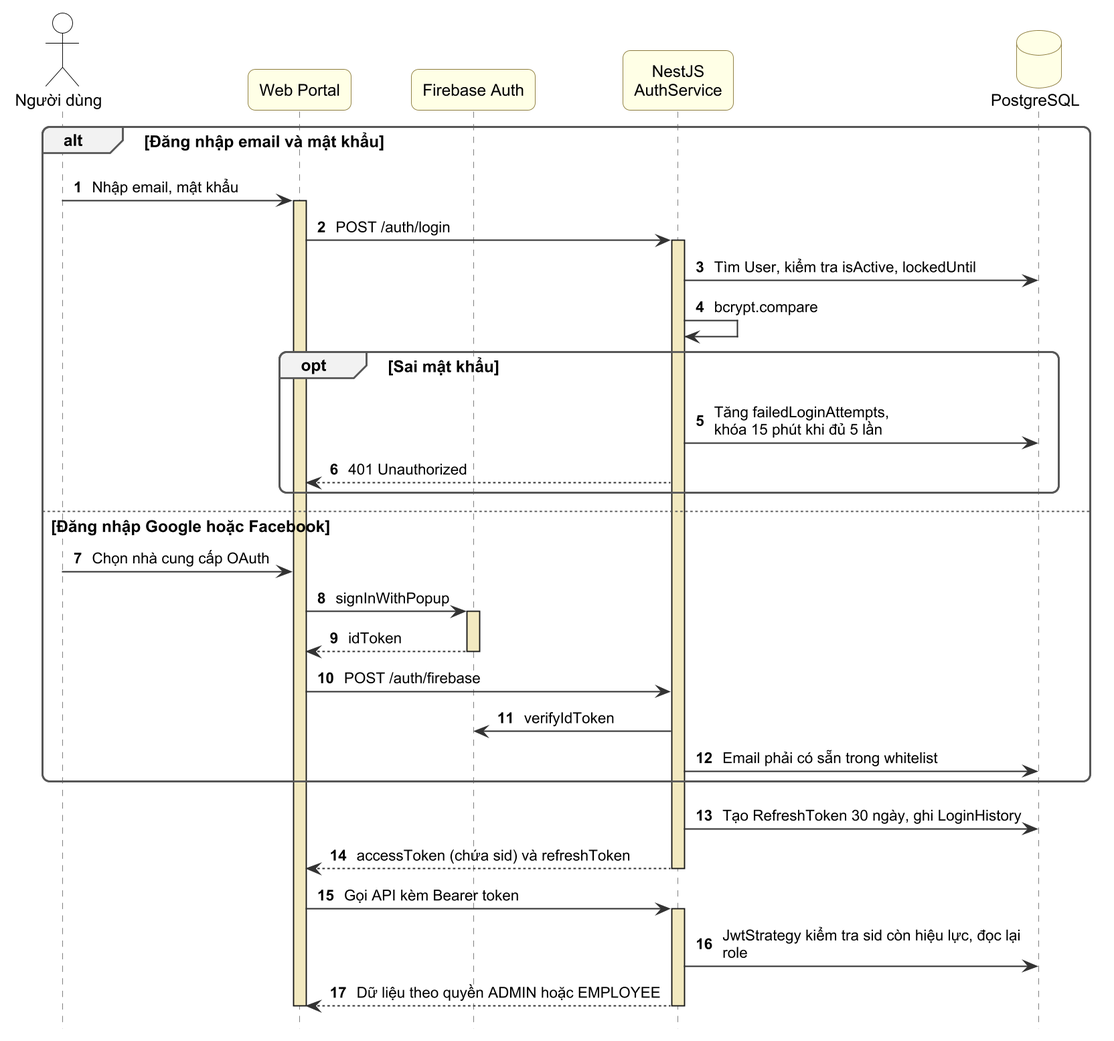
This is docs/diagrams/H3-09-auth.png from NguyenDang182005/khoa-luan, a PlantUML export, as it was before one commit. Its diagram source:
```plantuml
@startuml
skinparamlocked dpi 180
!include _style.iuml
autonumber
hide footbox
actor "Người dùng" as U
participant "Web Portal" as W
participant "Firebase Auth" as F
participant "NestJS\nAuthService" as A
database "PostgreSQL" as DB
alt Đăng nhập email và mật khẩu
  U -> W : Nhập email, mật khẩu
  activate W
  W -> A : POST /auth/login
  activate A
  A -> DB : Tìm User, kiểm tra isActive, lockedUntil
  A -> A : bcrypt.compare
  opt Sai mật khẩu
    A -> DB : Tăng failedLoginAttempts,\nkhóa 15 phút khi đủ 5 lần
    A --> W : 401 Unauthorized
  end
else Đăng nhập Google hoặc Facebook
  U -> W : Chọn nhà cung cấp OAuth
  W -> F : signInWithPopup
  activate F
  F --> W : idToken
  deactivate F
  W -> A : POST /auth/firebase
  A -> F : verifyIdToken
  A -> DB : Email phải có sẵn trong whitelist
end
A -> DB : Tạo RefreshToken 30 ngày, ghi LoginHistory
A --> W : accessToken (chứa sid) và refreshToken
deactivate A
W -> A : Gọi API kèm Bearer token
activate A
A -> DB : JwtStrategy kiểm tra sid còn hiệu lực, đọc lại role
A --> W : Dữ liệu theo quyền ADMIN hoặc EMPLOYEE
deactivate A
deactivate W
@enduml
```
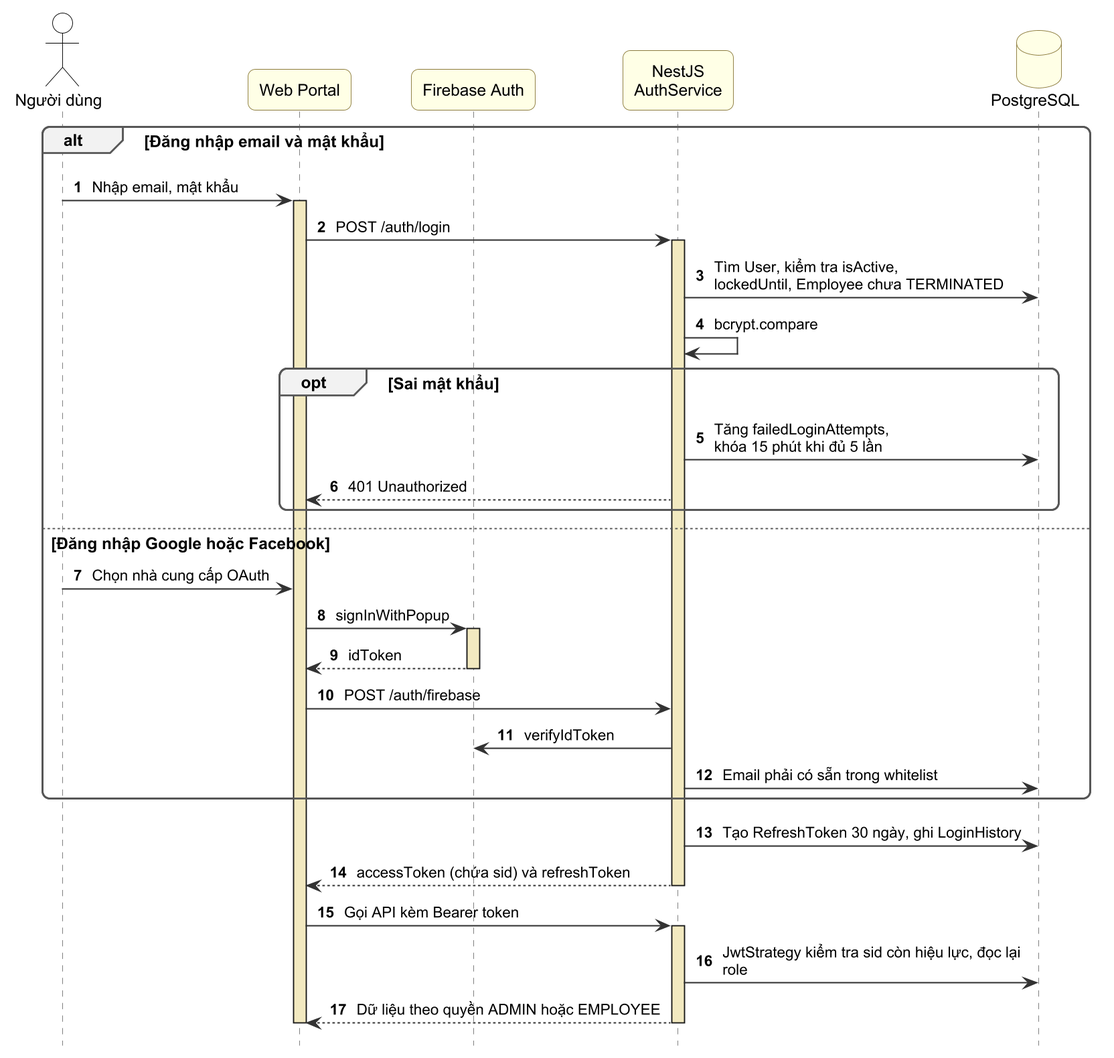
The same diagram one commit later.

What changed in the source:
```diff
@@ -13,7 +13,7 @@
   activate W
   W -> A : POST /auth/login
   activate A
-  A -> DB : Tìm User, kiểm tra isActive, lockedUntil
+  A -> DB : Tìm User, kiểm tra isActive,\nlockedUntil, Employee chưa TERMINATED
   A -> A : bcrypt.compare
   opt Sai mật khẩu
     A -> DB : Tăng failedLoginAttempts,\nkhóa 15 phút khi đủ 5 lần
```
